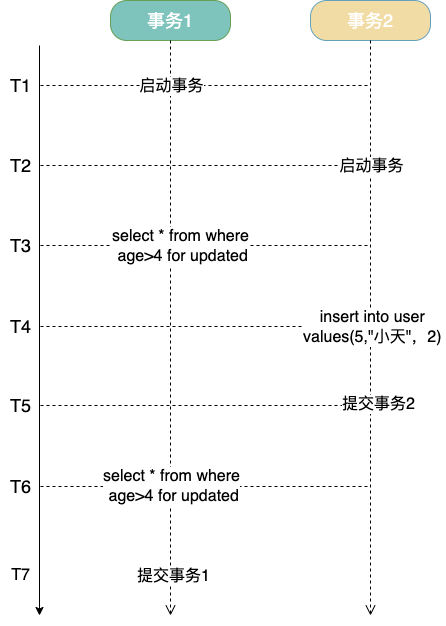
Above: img/mysql/mysql-next-key-demo.png in boilingfrog/Go-POINT (draw.io), before the change. Source tidied: cells renumbered, new cells last; positions are measured from the earlier drawing's top-left corner, leaving out a move shared by most shapes.
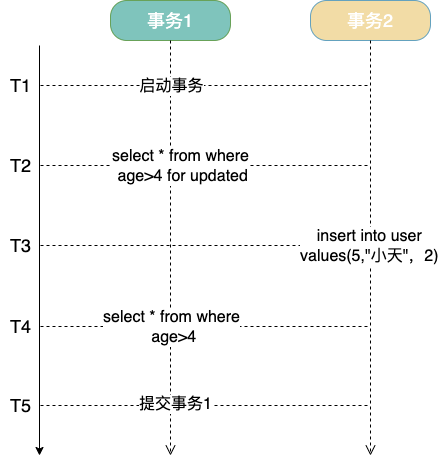
Above is the later version.

Commit message:
feat:MySQL 中的事务理解

Diff of the diagram source:
```diff
@@ -2,11 +2,6 @@
   <root>
     <mxCell id="0" />
     <mxCell id="1" parent="0" />
-    <mxCell id="2" style="edgeStyle=none;html=1;dashed=1;fontSize=16;endArrow=none;endFill=0;" parent="1" edge="1" source="22">
-      <mxGeometry relative="1" as="geometry">
-        <mxPoint x="370" y="486" as="targetPoint" />
-      </mxGeometry>
-    </mxCell>
     <mxCell id="3" style="edgeStyle=none;html=1;dashed=1;fontSize=16;endArrow=none;endFill=0;" parent="1" edge="1" source="13">
       <mxGeometry relative="1" as="geometry">
         <mxPoint x="370" y="165" as="targetPoint" />
@@ -15,7 +10,7 @@
     <mxCell id="4" style="endArrow=classic;html=1;fontSize=18;" parent="1" edge="1">
       <mxGeometry relative="1" as="geometry">
         <mxPoint x="39" y="45" as="sourcePoint" />
-        <mxPoint x="39" y="615" as="targetPoint" />
+        <mxPoint x="39" y="455" as="targetPoint" />
       </mxGeometry>
     </mxCell>
     <mxCell id="5" style="edgeStyle=none;html=1;fontSize=16;endArrow=none;endFill=0;dashed=1;" parent="1" edge="1" source="6">
@@ -31,36 +26,31 @@
     </mxCell>
     <mxCell id="8" style="edgeStyle=orthogonalEdgeStyle;html=1;verticalAlign=bottom;endArrow=open;endSize=8;fontSize=18;rounded=1;dashed=1;" parent="1" edge="1" source="7">
       <mxGeometry relative="1" as="geometry">
-        <mxPoint x="170" y="615" as="targetPoint" />
+        <mxPoint x="170" y="455" as="targetPoint" />
       </mxGeometry>
     </mxCell>
-    <mxCell id="9" value="提交事务1" style="edgeLabel;html=1;align=center;verticalAlign=middle;fontSize=16;" parent="8" vertex="1">
-      <mxGeometry x="0.86" y="2" relative="1" as="geometry" />
-    </mxCell>
     <mxCell id="10" value="事务2" style="rounded=1;whiteSpace=wrap;html=1;arcSize=40;fillStyle=auto;fontSize=18;fillColor=#E9C46A;fontColor=#ffffff;strokeColor=#006EAF;opacity=60;" parent="1" vertex="1">
       <mxGeometry x="310" width="120" height="40" as="geometry" />
     </mxCell>
     <mxCell id="11" style="edgeStyle=orthogonalEdgeStyle;html=1;verticalAlign=bottom;endArrow=open;endSize=8;fontSize=18;dashed=1;" parent="1" edge="1" source="10">
       <mxGeometry relative="1" as="geometry">
-        <mxPoint x="370" y="615" as="targetPoint" />
+        <mxPoint x="370" y="455" as="targetPoint" />
       </mxGeometry>
     </mxCell>
-    <mxCell id="12" value="启动事务" style="edgeLabel;html=1;align=center;verticalAlign=middle;fontSize=16;rounded=1;" parent="11" vertex="1">
-      <mxGeometry x="-0.22" y="1" relative="1" as="geometry">
-        <mxPoint x="-1" y="-101" as="offset" />
-      </mxGeometry>
-    </mxCell>
     <mxCell id="13" value="T2" style="text;html=1;align=center;verticalAlign=middle;points=[];strokeColor=none;fillColor=none;fontSize=18;rounded=1;" parent="1" vertex="1">
       <mxGeometry y="150" width="40" height="30" as="geometry" />
     </mxCell>
     <mxCell id="14" style="edgeStyle=none;html=1;dashed=1;fontSize=16;endArrow=none;endFill=0;" parent="1" edge="1" source="16">
       <mxGeometry relative="1" as="geometry">
         <mxPoint x="370" y="245" as="targetPoint" />
+        <Array as="points">
+          <mxPoint x="180" y="245" />
+        </Array>
       </mxGeometry>
     </mxCell>
     <mxCell id="15" value="select * from where&lt;br&gt;&amp;nbsp;age&amp;gt;4 for updated" style="edgeLabel;html=1;align=center;verticalAlign=middle;fontSize=16;" parent="14" vertex="1">
       <mxGeometry x="-0.56" y="-2" relative="1" as="geometry">
-        <mxPoint x="66" y="-2" as="offset" />
+        <mxPoint x="66" y="-82" as="offset" />
       </mxGeometry>
     </mxCell>
     <mxCell id="16" value="T3" style="text;html=1;align=center;verticalAlign=middle;points=[];strokeColor=none;fillColor=none;fontSize=18;rounded=1;" parent="1" vertex="1">
@@ -73,7 +63,7 @@
     </mxCell>
     <mxCell id="18" value="insert into user &lt;br&gt;values(5,&quot;小天&quot;，2)&amp;nbsp;" style="edgeLabel;html=1;align=center;verticalAlign=middle;fontSize=16;" parent="17" vertex="1">
       <mxGeometry x="0.15" y="1" relative="1" as="geometry">
-        <mxPoint x="143" y="1" as="offset" />
+        <mxPoint x="140" y="-80" as="offset" />
       </mxGeometry>
     </mxCell>
     <mxCell id="19" value="T4" style="text;html=1;align=center;verticalAlign=middle;points=[];strokeColor=none;fillColor=none;fontSize=18;rounded=1;" parent="1" vertex="1">
@@ -84,12 +74,14 @@
         <mxPoint x="370" y="405" as="targetPoint" />
       </mxGeometry>
     </mxCell>
+    <mxCell id="9" value="&lt;font style=&quot;font-size: 16px&quot;&gt;提交事务1&lt;/font&gt;" style="edgeLabel;html=1;align=center;verticalAlign=middle;" parent="20" vertex="1">
+      <mxGeometry x="-0.22" y="-4" relative="1" as="geometry">
+        <mxPoint x="6" y="-6" as="offset" />
+      </mxGeometry>
+    </mxCell>
     <mxCell id="21" value="T5" style="text;html=1;align=center;verticalAlign=middle;points=[];strokeColor=none;fillColor=none;fontSize=18;rounded=1;" parent="1" vertex="1">
       <mxGeometry y="390" width="40" height="30" as="geometry" />
     </mxCell>
-    <mxCell id="22" value="T6" style="text;html=1;align=center;verticalAlign=middle;points=[];strokeColor=none;fillColor=none;fontSize=18;rounded=1;" parent="1" vertex="1">
-      <mxGeometry y="471" width="40" height="30" as="geometry" />
-    </mxCell>
     <mxCell id="23" value="&lt;font style=&quot;font-size: 16px&quot;&gt;&lt;br&gt;&lt;/font&gt;" style="edgeLabel;html=1;align=center;verticalAlign=middle;rounded=1;" parent="1" vertex="1">
       <mxGeometry x="390" y="335" as="geometry">
         <mxPoint y="-3" as="offset" />
@@ -101,16 +93,8 @@
     <mxCell id="25" value="启动事务" style="edgeLabel;html=1;align=center;verticalAlign=middle;fontSize=16;rounded=1;" parent="1" vertex="1">
       <mxGeometry x="170" y="85" as="geometry" />
     </mxCell>
-    <mxCell id="26" value="提交事务2" style="edgeLabel;html=1;align=center;verticalAlign=middle;fontSize=16;rounded=1;" parent="1" vertex="1">
-      <mxGeometry x="380" y="488" as="geometry">
-        <mxPoint x="-3" y="-85" as="offset" />
-      </mxGeometry>
-    </mxCell>
-    <mxCell id="27" value="select * from where&lt;br&gt;&amp;nbsp;age&amp;gt;4 for updated" style="edgeLabel;html=1;align=center;verticalAlign=middle;fontSize=16;" parent="1" vertex="1">
-      <mxGeometry x="170" y="485" as="geometry" />
+    <mxCell id="27" value="select * from where&lt;br&gt;&amp;nbsp;age&amp;gt;4" style="edgeLabel;html=1;align=center;verticalAlign=middle;fontSize=16;" parent="1" vertex="1">
+      <mxGeometry x="170" y="326" as="geometry" />
     </mxCell>
-    <mxCell id="28" value="T7" style="text;html=1;align=center;verticalAlign=middle;strokeColor=none;fillColor=none;fontSize=16;" parent="1" vertex="1">
-      <mxGeometry x="5" y="565" width="30" height="20" as="geometry" />
-    </mxCell>
   </root>
 </mxGraphModel>
```
